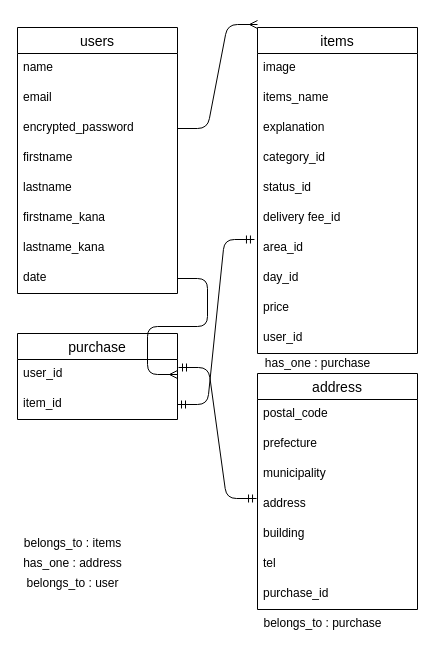
The draw.io diagram furima-22215.dio in dsanrails/furima-22215, before the edit. Source tidied: cells renumbered, new cells numbered last; positions are measured from the earlier drawing's top-left corner, leaving out a move shared by most shapes. Both pictures are drawn from the tidied source at 100%, with x=0, y=0 at pixel (17, 24).
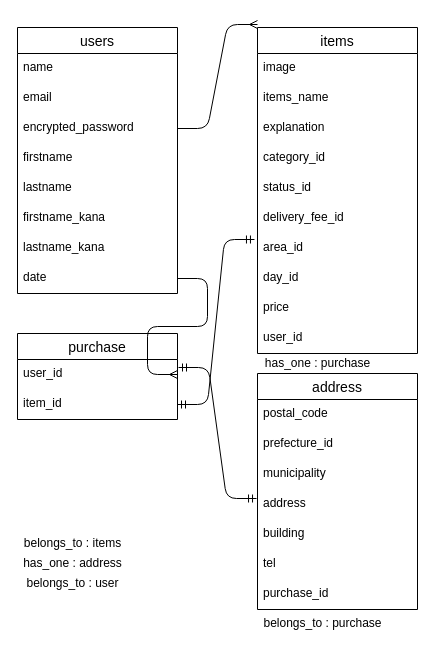
After the change.

Commit message (it also covers changes not shown here):
READMEとER図の修正５

Unchanged cells that the change refers to:
```xml
<mxCell id="2" value="address" style="swimlane;fontStyle=0;horizontal=1;startSize=26;align=center;fontSize=14;" parent="1" vertex="1">
  <mxGeometry x="240" y="349" width="160" height="236" as="geometry" />
</mxCell>
<mxCell id="19" value="items" style="swimlane;fontStyle=0;horizontal=1;startSize=26;align=center;fontSize=14;" parent="1" vertex="1">
  <mxGeometry x="240" y="3" width="160" height="326" as="geometry" />
</mxCell>
```

Diff of the diagram source:
```diff
@@
-    <mxCell id="4" value="prefecture" style="text;strokeColor=none;fillColor=none;spacingLeft=4;spacingRight=4;overflow=hidden;fontSize=12;" parent="2" vertex="1">
+    <mxCell id="4" value="prefecture_id" style="text;strokeColor=none;fillColor=none;spacingLeft=4;spacingRight=4;overflow=hidden;fontSize=12;" parent="2" vertex="1">
       <mxGeometry y="56" width="160" height="30" as="geometry" />
     </mxCell>
@@
-    <mxCell id="25" value="delivery fee_id" style="text;strokeColor=none;fillColor=none;spacingLeft=4;spacingRight=4;overflow=hidden;fontSize=12;" parent="19" vertex="1">
+    <mxCell id="25" value="delivery_fee_id" style="text;strokeColor=none;fillColor=none;spacingLeft=4;spacingRight=4;overflow=hidden;fontSize=12;" parent="19" vertex="1">
       <mxGeometry y="176" width="160" height="30" as="geometry" />
     </mxCell>
```
